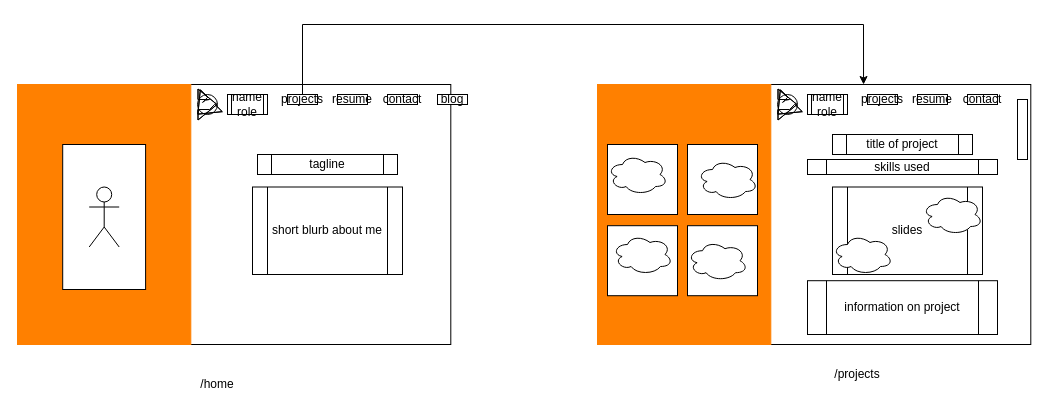
This is Untitled Diagram.drawio from karldlima/Gats, a draw.io file, before an edit. Source tidied: cells renumbered, new cells numbered last; positions are measured from the earlier drawing's top-left corner, leaving out a move shared by most shapes. Both pictures are drawn from the tidied source at 100%, with x=0, y=0 at pixel (17, 24).
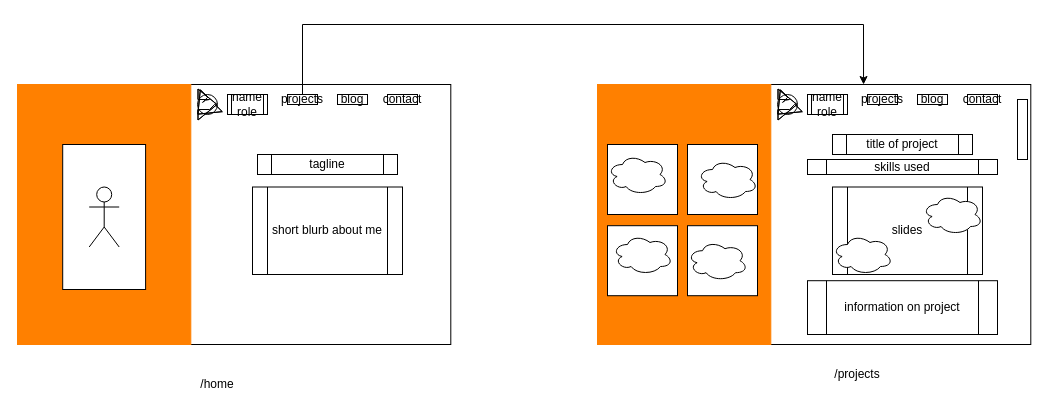
The same page after the edit.

Commit message:
changing resume to blog

Diff of the diagram source:
```diff
@@
-    <mxCell id="13" value="resume" style="rounded=0;whiteSpace=wrap;html=1;strokeColor=#000000;fillColor=#FFFFFF;" parent="1" vertex="1">
+    <mxCell id="13" value="blog" style="rounded=0;whiteSpace=wrap;html=1;strokeColor=#000000;fillColor=#FFFFFF;" parent="1" vertex="1">
       <mxGeometry x="320" y="70" width="30" height="10" as="geometry" />
     </mxCell>
@@
-    <mxCell id="15" value="blog" style="rounded=0;whiteSpace=wrap;html=1;strokeColor=#000000;fillColor=#FFFFFF;" parent="1" vertex="1">
-      <mxGeometry x="420" y="70" width="30" height="10" as="geometry" />
-    </mxCell>
@@
-    <mxCell id="25" value="resume" style="rounded=0;whiteSpace=wrap;html=1;strokeColor=#000000;fillColor=#FFFFFF;" parent="1" vertex="1">
+    <mxCell id="25" value="blog" style="rounded=0;whiteSpace=wrap;html=1;strokeColor=#000000;fillColor=#FFFFFF;" parent="1" vertex="1">
       <mxGeometry x="900" y="70" width="30" height="10" as="geometry" />
     </mxCell>
```
